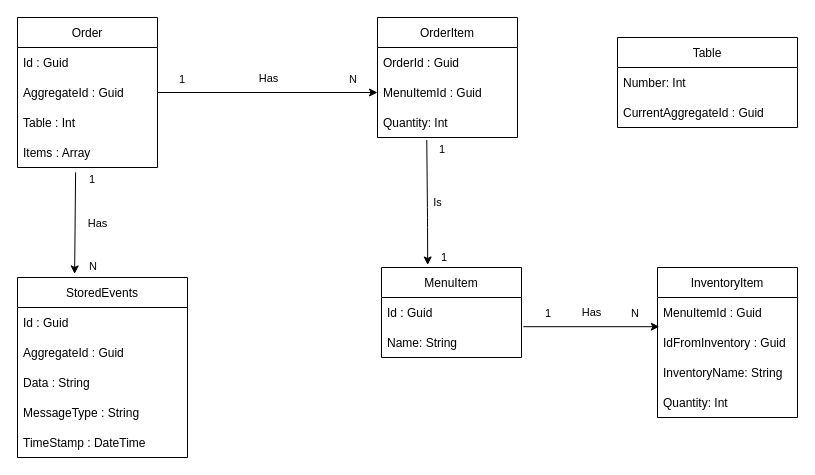
This is Images/kitchenschema.drawio from RobertoFreireFerrazPassos/EventSourcing-and-Cqrs, a draw.io file, before an edit. Source tidied: cells renumbered, new cells numbered last; positions are measured from the earlier drawing's top-left corner, leaving out a move shared by most shapes. Both pictures are drawn from the tidied source at 100%, with x=0, y=0 at pixel (17, 17).
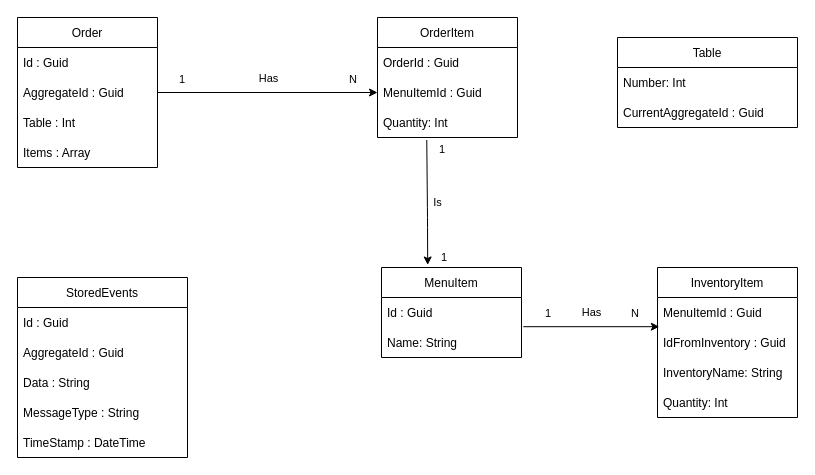
The same page after the edit.

Commit message (it also covers changes not shown here):
update kitchen schema

Unchanged cells that the change refers to:
```xml
<mxCell id="18" value="Items : Array" style="text;strokeColor=none;fillColor=none;align=left;verticalAlign=middle;spacingLeft=4;spacingRight=4;overflow=hidden;points=[[0,0.5],[1,0.5]];portConstraint=eastwest;" parent="14" vertex="1">
  <mxGeometry y="120" width="140" height="30" as="geometry" />
</mxCell>
<mxCell id="34" value="StoredEvents" style="swimlane;fontStyle=0;horizontal=1;startSize=30;" parent="1" vertex="1">
  <mxGeometry y="260" width="170" height="180" as="geometry" />
</mxCell>
```

Change to the diagram source:
```diff
@@
-    <mxCell id="40" style="endArrow=classic;html=1;exitX=0.415;exitY=1.162;exitDx=0;exitDy=0;exitPerimeter=0;entryX=0.336;entryY=-0.02;entryDx=0;entryDy=0;entryPerimeter=0;" parent="1" edge="1" source="18" target="34">
-      <mxGeometry relative="1" as="geometry" />
-    </mxCell>
-    <mxCell id="41" value="Has" style="edgeLabel;html=1;align=center;verticalAlign=middle;" parent="40" vertex="1">
-      <mxGeometry relative="1" as="geometry">
-        <mxPoint x="22" as="offset" />
-      </mxGeometry>
-    </mxCell>
-    <mxCell id="42" value="1" style="edgeLabel;html=1;align=left;verticalAlign=bottom;" parent="40" vertex="1">
-      <mxGeometry x="-1" relative="1" as="geometry">
-        <mxPoint x="12" y="15" as="offset" />
-      </mxGeometry>
-    </mxCell>
-    <mxCell id="43" value="N" style="edgeLabel;html=1;align=right;verticalAlign=bottom;" parent="40" vertex="1">
-      <mxGeometry x="1" relative="1" as="geometry">
-        <mxPoint x="23" as="offset" />
-      </mxGeometry>
-    </mxCell>
```
